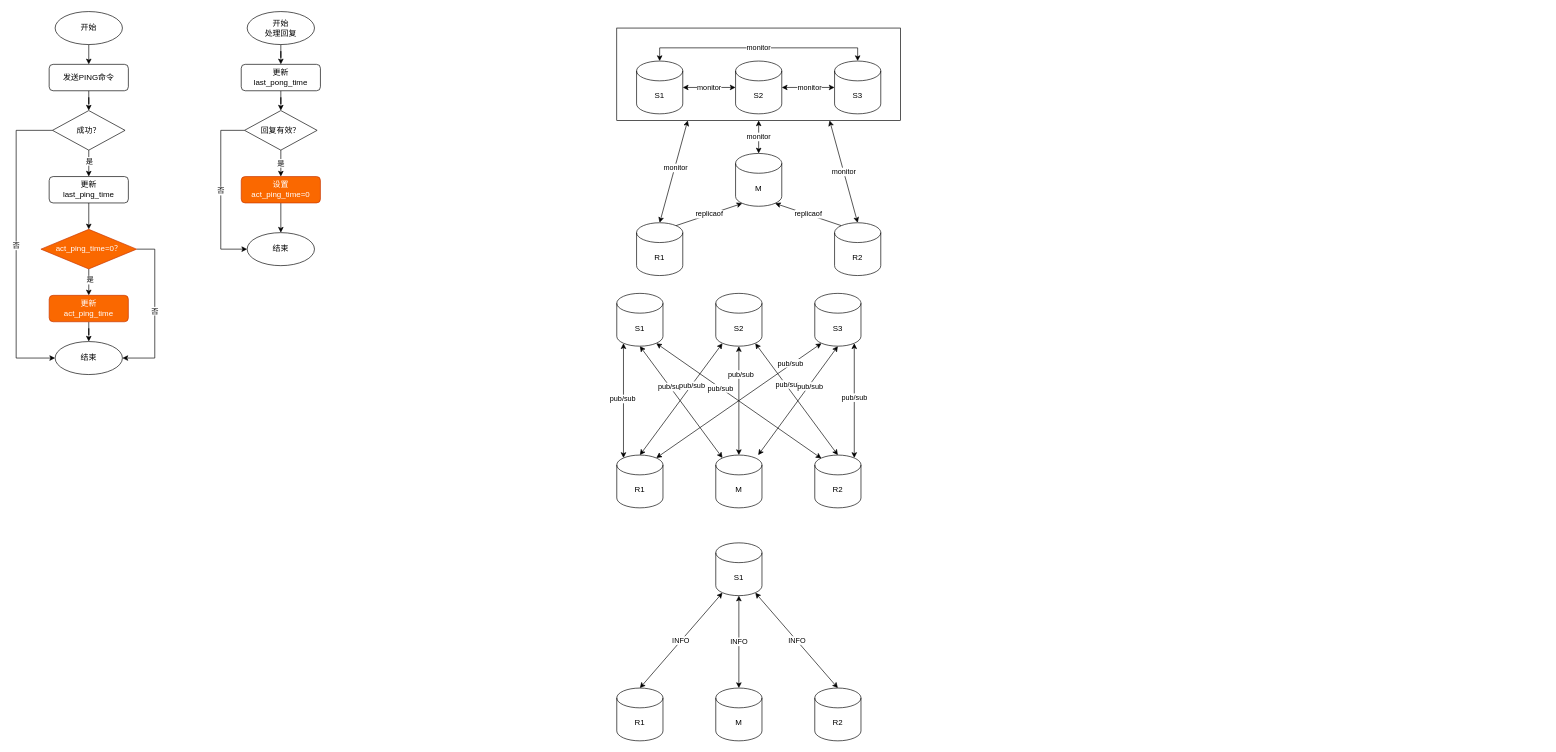
The draw.io diagram page "Sentinel" (5 of 5) of Untitled Diagram.drawio in raysonxin/code-notes, before the edit. Source tidied: cells renumbered, new cells numbered last; positions are measured from the earlier drawing's top-left corner, leaving out a move shared by most shapes. Both pictures are drawn from the tidied source at 66%, with x=0, y=0 at pixel (16, 11).
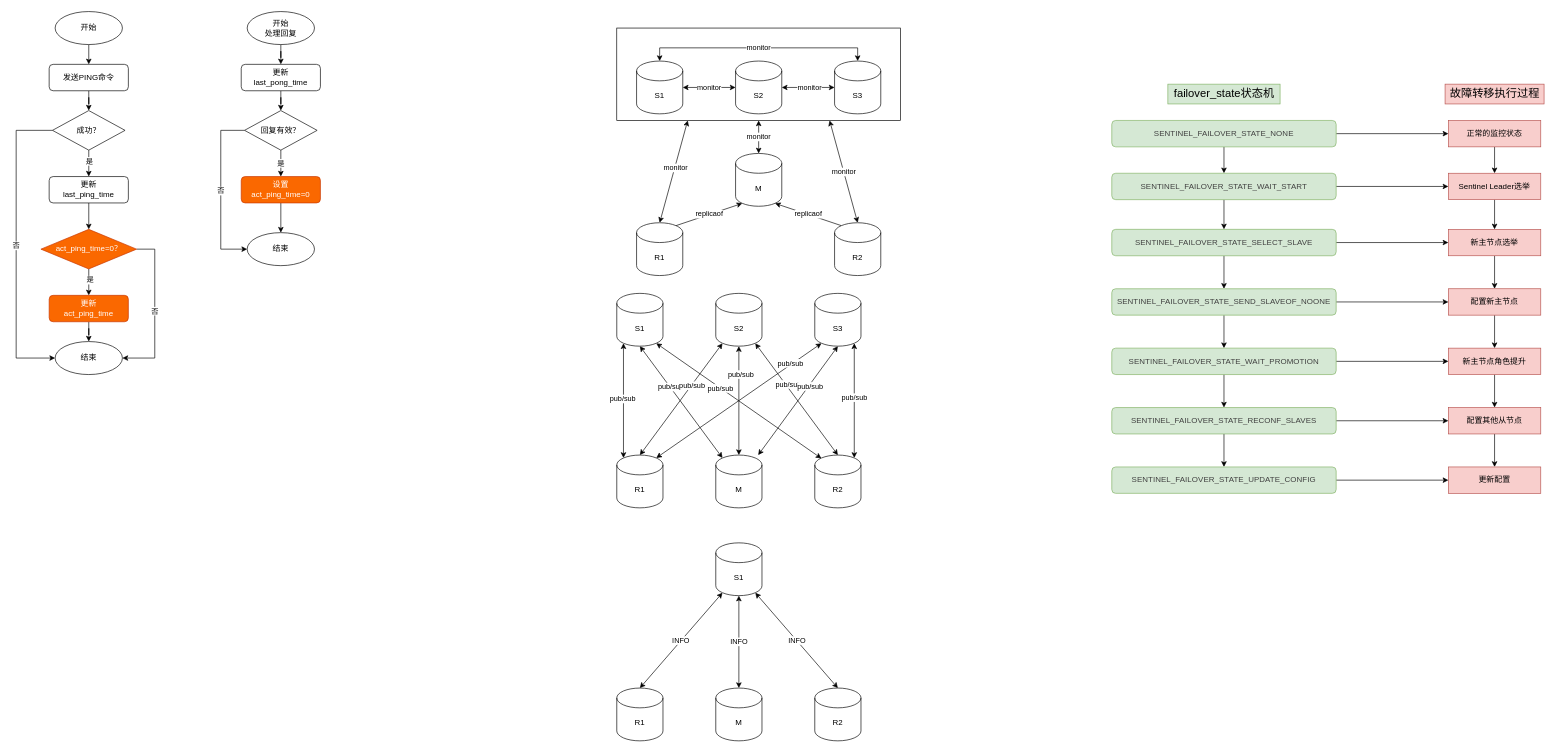
Above is the later version.

What changed in the source:
```diff
@@
+    <mxCell id="77" style="edgeStyle=orthogonalEdgeStyle;rounded=0;jettySize=auto;html=1;" parent="1" edge="1" source="79" target="82">
+      <mxGeometry relative="1" as="geometry" />
+    </mxCell>
+    <mxCell id="78" style="edgeStyle=orthogonalEdgeStyle;rounded=0;jettySize=auto;html=1;exitX=1;exitY=0.5;exitDx=0;exitDy=0;fontSize=12;" parent="1" edge="1" source="79" target="98">
+      <mxGeometry relative="1" as="geometry" />
+    </mxCell>
+    <mxCell id="79" value="&lt;span style=&quot;color: rgb(64 , 64 , 64) ; line-height: 1.74 ; letter-spacing: 0.008em ; outline-style: none ; overflow-wrap: break-word&quot;&gt;&lt;font style=&quot;font-size: 12px&quot;&gt;SENTINEL_FAILOVER_STATE_NONE&lt;/font&gt;&lt;/span&gt;" style="rounded=1;whiteSpace=wrap;html=1;fillColor=#d5e8d4;strokeColor=#82b366;" parent="1" vertex="1">
+      <mxGeometry x="1660" y="165" width="340" height="40" as="geometry" />
+    </mxCell>
+    <mxCell id="80" style="edgeStyle=orthogonalEdgeStyle;rounded=0;jettySize=auto;html=1;" parent="1" edge="1" source="82" target="85">
+      <mxGeometry relative="1" as="geometry" />
+    </mxCell>
+    <mxCell id="81" style="edgeStyle=orthogonalEdgeStyle;rounded=0;jettySize=auto;html=1;exitX=1;exitY=0.5;exitDx=0;exitDy=0;entryX=0;entryY=0.5;entryDx=0;entryDy=0;fontSize=12;" parent="1" edge="1" source="82" target="100">
+      <mxGeometry relative="1" as="geometry" />
+    </mxCell>
+    <mxCell id="82" value="&lt;span style=&quot;font-size: 12px; color: rgb(64, 64, 64); line-height: 1.74; letter-spacing: 0.008em; outline-style: none; overflow-wrap: break-word;&quot;&gt;SENTINEL_FAILOVER_STATE_WAIT_START&lt;/span&gt;" style="rounded=1;whiteSpace=wrap;html=1;fontSize=12;fillColor=#d5e8d4;strokeColor=#82b366;" parent="1" vertex="1">
+      <mxGeometry x="1660" y="245" width="340" height="40" as="geometry" />
+    </mxCell>
+    <mxCell id="83" style="edgeStyle=orthogonalEdgeStyle;rounded=0;jettySize=auto;html=1;" parent="1" edge="1" source="85" target="88">
+      <mxGeometry relative="1" as="geometry" />
+    </mxCell>
+    <mxCell id="84" style="edgeStyle=orthogonalEdgeStyle;rounded=0;jettySize=auto;html=1;exitX=1;exitY=0.5;exitDx=0;exitDy=0;fontSize=12;" parent="1" edge="1" source="85" target="102">
+      <mxGeometry relative="1" as="geometry" />
+    </mxCell>
+    <mxCell id="85" value="&lt;span style=&quot;font-size: 12px; color: rgb(64, 64, 64); line-height: 1.74; letter-spacing: 0.008em; outline-style: none; overflow-wrap: break-word;&quot;&gt;SENTINEL_FAILOVER_STATE_SELECT_SLAVE&lt;/span&gt;" style="rounded=1;whiteSpace=wrap;html=1;fontSize=12;fillColor=#d5e8d4;strokeColor=#82b366;" parent="1" vertex="1">
+      <mxGeometry x="1660" y="330" width="340" height="40" as="geometry" />
+    </mxCell>
+    <mxCell id="86" style="edgeStyle=orthogonalEdgeStyle;rounded=0;jettySize=auto;html=1;" parent="1" edge="1" source="88" target="91">
+      <mxGeometry relative="1" as="geometry" />
+    </mxCell>
+    <mxCell id="87" style="edgeStyle=orthogonalEdgeStyle;rounded=0;jettySize=auto;html=1;exitX=1;exitY=0.5;exitDx=0;exitDy=0;fontSize=12;" parent="1" edge="1" source="88" target="104">
+      <mxGeometry relative="1" as="geometry" />
+    </mxCell>
+    <mxCell id="88" value="&lt;span style=&quot;font-size: 12px; color: rgb(64, 64, 64); line-height: 1.74; letter-spacing: 0.008em; outline-style: none; overflow-wrap: break-word;&quot;&gt;SENTINEL_FAILOVER_STATE_SEND_SLAVEOF_NOONE&lt;/span&gt;" style="rounded=1;whiteSpace=wrap;html=1;fontSize=12;fillColor=#d5e8d4;strokeColor=#82b366;" parent="1" vertex="1">
+      <mxGeometry x="1660" y="420" width="340" height="40" as="geometry" />
+    </mxCell>
+    <mxCell id="89" style="edgeStyle=orthogonalEdgeStyle;rounded=0;jettySize=auto;html=1;" parent="1" edge="1" source="91" target="94">
+      <mxGeometry relative="1" as="geometry" />
+    </mxCell>
+    <mxCell id="90" style="edgeStyle=orthogonalEdgeStyle;rounded=0;jettySize=auto;html=1;exitX=1;exitY=0.5;exitDx=0;exitDy=0;fontSize=12;" parent="1" edge="1" source="91" target="106">
+      <mxGeometry relative="1" as="geometry" />
+    </mxCell>
+    <mxCell id="91" value="&lt;span style=&quot;font-size: 12px; color: rgb(64, 64, 64); line-height: 1.74; letter-spacing: 0.008em; outline-style: none; overflow-wrap: break-word;&quot;&gt;SENTINEL_FAILOVER_STATE_WAIT_PROMOTION&lt;/span&gt;" style="rounded=1;whiteSpace=wrap;html=1;fontSize=12;fillColor=#d5e8d4;strokeColor=#82b366;" parent="1" vertex="1">
+      <mxGeometry x="1660" y="510" width="340" height="40" as="geometry" />
+    </mxCell>
+    <mxCell id="92" style="edgeStyle=orthogonalEdgeStyle;rounded=0;jettySize=auto;html=1;" parent="1" edge="1" source="94" target="96">
+      <mxGeometry relative="1" as="geometry" />
+    </mxCell>
+    <mxCell id="93" style="edgeStyle=orthogonalEdgeStyle;rounded=0;jettySize=auto;html=1;exitX=1;exitY=0.5;exitDx=0;exitDy=0;entryX=0;entryY=0.5;entryDx=0;entryDy=0;fontSize=12;" parent="1" edge="1" source="94" target="108">
+      <mxGeometry relative="1" as="geometry" />
+    </mxCell>
+    <mxCell id="94" value="&lt;span style=&quot;font-size: 12px; color: rgb(64, 64, 64); line-height: 1.74; letter-spacing: 0.008em; outline-style: none; overflow-wrap: break-word;&quot;&gt;SENTINEL_FAILOVER_STATE_RECONF_SLAVES&lt;/span&gt;" style="rounded=1;whiteSpace=wrap;html=1;fontSize=12;fillColor=#d5e8d4;strokeColor=#82b366;" parent="1" vertex="1">
+      <mxGeometry x="1660" y="600" width="340" height="40" as="geometry" />
+    </mxCell>
+    <mxCell id="95" style="edgeStyle=orthogonalEdgeStyle;rounded=0;jettySize=auto;html=1;exitX=1;exitY=0.5;exitDx=0;exitDy=0;fontSize=12;" parent="1" edge="1" source="96" target="109">
+      <mxGeometry relative="1" as="geometry" />
+    </mxCell>
+    <mxCell id="96" value="&lt;span style=&quot;font-size: 12px; color: rgb(64, 64, 64); line-height: 1.74; letter-spacing: 0.008em; outline-style: none; overflow-wrap: break-word;&quot;&gt;SENTINEL_FAILOVER_STATE_UPDATE_CONFIG&lt;/span&gt;" style="rounded=1;whiteSpace=wrap;html=1;fontSize=12;fillColor=#d5e8d4;strokeColor=#82b366;" parent="1" vertex="1">
+      <mxGeometry x="1660" y="690" width="340" height="40" as="geometry" />
+    </mxCell>
+    <mxCell id="97" style="edgeStyle=orthogonalEdgeStyle;rounded=0;jettySize=auto;html=1;exitX=0.5;exitY=1;exitDx=0;exitDy=0;entryX=0.5;entryY=0;entryDx=0;entryDy=0;fontSize=12;" parent="1" edge="1" source="98" target="100">
+      <mxGeometry relative="1" as="geometry" />
+    </mxCell>
+    <mxCell id="98" value="正常的监控状态" style="rounded=0;whiteSpace=wrap;html=1;fontSize=12;fillColor=#f8cecc;strokeColor=#b85450;" parent="1" vertex="1">
+      <mxGeometry x="2170" y="165" width="140" height="40" as="geometry" />
+    </mxCell>
+    <mxCell id="99" style="edgeStyle=orthogonalEdgeStyle;rounded=0;jettySize=auto;html=1;entryX=0.5;entryY=0;entryDx=0;entryDy=0;fontSize=12;" parent="1" edge="1" source="100" target="102">
+      <mxGeometry relative="1" as="geometry" />
+    </mxCell>
+    <mxCell id="100" value="Sentinel Leader选举" style="rounded=0;whiteSpace=wrap;html=1;fontSize=12;fillColor=#f8cecc;strokeColor=#b85450;" parent="1" vertex="1">
+      <mxGeometry x="2170" y="245" width="140" height="40" as="geometry" />
+    </mxCell>
+    <mxCell id="101" style="edgeStyle=orthogonalEdgeStyle;rounded=0;jettySize=auto;html=1;exitX=0.5;exitY=1;exitDx=0;exitDy=0;fontSize=12;" parent="1" edge="1" source="102" target="104">
+      <mxGeometry relative="1" as="geometry" />
+    </mxCell>
+    <mxCell id="102" value="新主节点选举" style="rounded=0;whiteSpace=wrap;html=1;fontSize=12;fillColor=#f8cecc;strokeColor=#b85450;" parent="1" vertex="1">
+      <mxGeometry x="2170" y="330" width="140" height="40" as="geometry" />
+    </mxCell>
+    <mxCell id="103" style="edgeStyle=orthogonalEdgeStyle;rounded=0;jettySize=auto;html=1;exitX=0.5;exitY=1;exitDx=0;exitDy=0;entryX=0.5;entryY=0;entryDx=0;entryDy=0;fontSize=12;" parent="1" edge="1" source="104" target="106">
+      <mxGeometry relative="1" as="geometry" />
+    </mxCell>
+    <mxCell id="104" value="配置新主节点" style="rounded=0;whiteSpace=wrap;html=1;fontSize=12;fillColor=#f8cecc;strokeColor=#b85450;" parent="1" vertex="1">
+      <mxGeometry x="2170" y="420" width="140" height="40" as="geometry" />
+    </mxCell>
+    <mxCell id="105" style="edgeStyle=orthogonalEdgeStyle;rounded=0;jettySize=auto;html=1;exitX=0.5;exitY=1;exitDx=0;exitDy=0;entryX=0.5;entryY=0;entryDx=0;entryDy=0;fontSize=12;" parent="1" edge="1" source="106" target="108">
+      <mxGeometry relative="1" as="geometry" />
+    </mxCell>
+    <mxCell id="106" value="新主节点角色提升" style="rounded=0;whiteSpace=wrap;html=1;fontSize=12;fillColor=#f8cecc;strokeColor=#b85450;" parent="1" vertex="1">
+      <mxGeometry x="2170" y="510" width="140" height="40" as="geometry" />
+    </mxCell>
+    <mxCell id="107" style="edgeStyle=orthogonalEdgeStyle;rounded=0;jettySize=auto;html=1;exitX=0.5;exitY=1;exitDx=0;exitDy=0;entryX=0.5;entryY=0;entryDx=0;entryDy=0;fontSize=12;" parent="1" edge="1" source="108" target="109">
+      <mxGeometry relative="1" as="geometry" />
+    </mxCell>
+    <mxCell id="108" value="配置其他从节点" style="rounded=0;whiteSpace=wrap;html=1;fontSize=12;fillColor=#f8cecc;strokeColor=#b85450;" parent="1" vertex="1">
+      <mxGeometry x="2170" y="600" width="140" height="40" as="geometry" />
+    </mxCell>
+    <mxCell id="109" value="更新配置" style="rounded=0;whiteSpace=wrap;html=1;fontSize=12;fillColor=#f8cecc;strokeColor=#b85450;" parent="1" vertex="1">
+      <mxGeometry x="2170" y="690" width="140" height="40" as="geometry" />
+    </mxCell>
+    <mxCell id="110" value="failover_state状态机" style="text;html=1;align=center;verticalAlign=middle;fontSize=17;fillColor=#d5e8d4;strokeColor=#82b366;" parent="1" vertex="1">
+      <mxGeometry x="1745" y="110" width="170" height="30" as="geometry" />
+    </mxCell>
+    <mxCell id="111" value="故障转移执行过程" style="text;html=1;align=center;verticalAlign=middle;fontSize=17;fillColor=#f8cecc;strokeColor=#b85450;" parent="1" vertex="1">
+      <mxGeometry x="2165" y="110" width="150" height="30" as="geometry" />
+    </mxCell>
```
